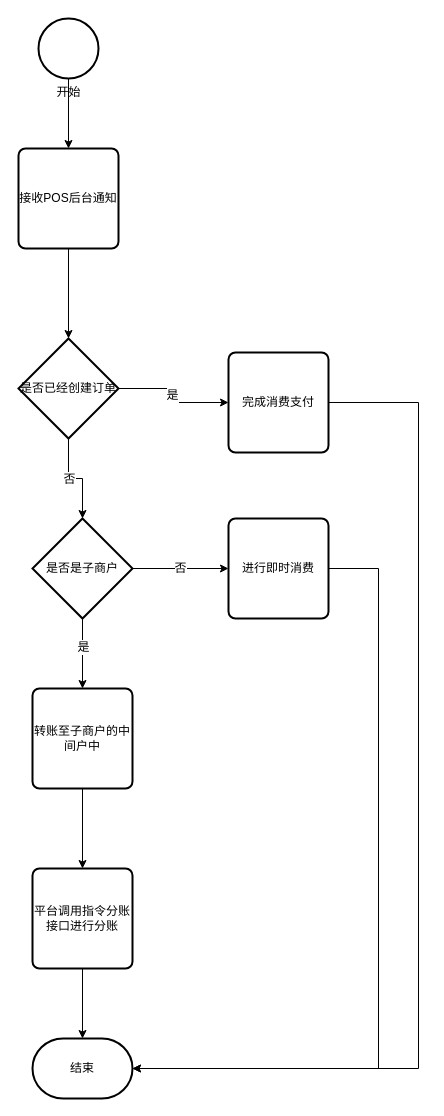
Before: design/指令分账.drawio in waterStone528/job-lakala, a draw.io diagram. Source tidied: cells renumbered, new cells numbered last; positions are measured from the earlier drawing's top-left corner, leaving out a move shared by most shapes. Both pictures are drawn from the tidied source at 100%, with x=0, y=0 at pixel (18, 18).
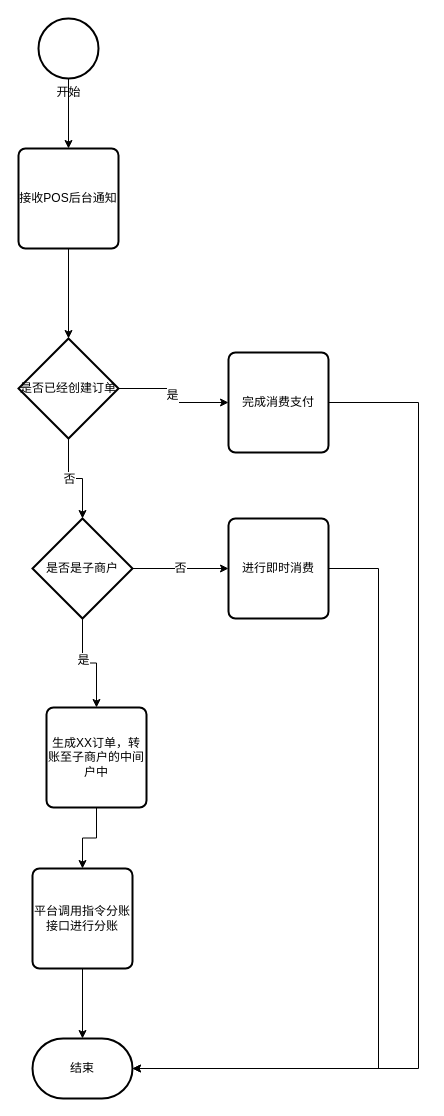
The same page after the edit.

Change to the diagram source:
```diff
@@
-    <mxCell id="21" value="转账至子商户的中间户中" style="rounded=1;whiteSpace=wrap;html=1;absoluteArcSize=1;arcSize=14;strokeWidth=2;" parent="1" vertex="1">
-      <mxGeometry x="14" y="670" width="100" height="100" as="geometry" />
+    <mxCell id="21" value="生成XX订单，转账至子商户的中间户中" style="rounded=1;whiteSpace=wrap;html=1;absoluteArcSize=1;arcSize=14;strokeWidth=2;" parent="1" vertex="1">
+      <mxGeometry x="28" y="689" width="100" height="100" as="geometry" />
     </mxCell>
```
